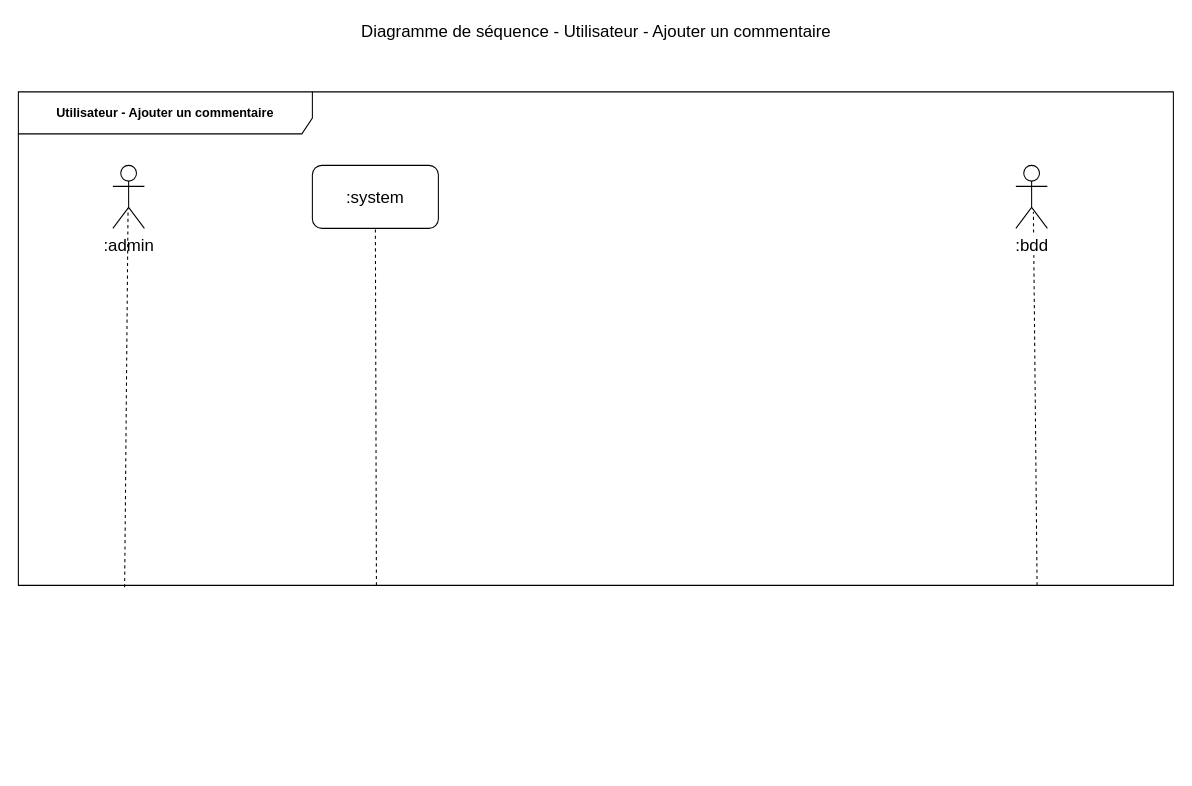
thomas-claireau/PHP---P6-Openclassrooms keeps this draw.io diagram as uml-diagrams/drawio/diagram-sequence-user-add-comment.drawio. Above is the earlier version. Source tidied: cells renumbered, new cells numbered last; positions are measured from the earlier drawing's top-left corner, leaving out a move shared by most shapes. Both pictures are drawn from the tidied source at 105%, with x=0, y=0 at pixel (18, 18).
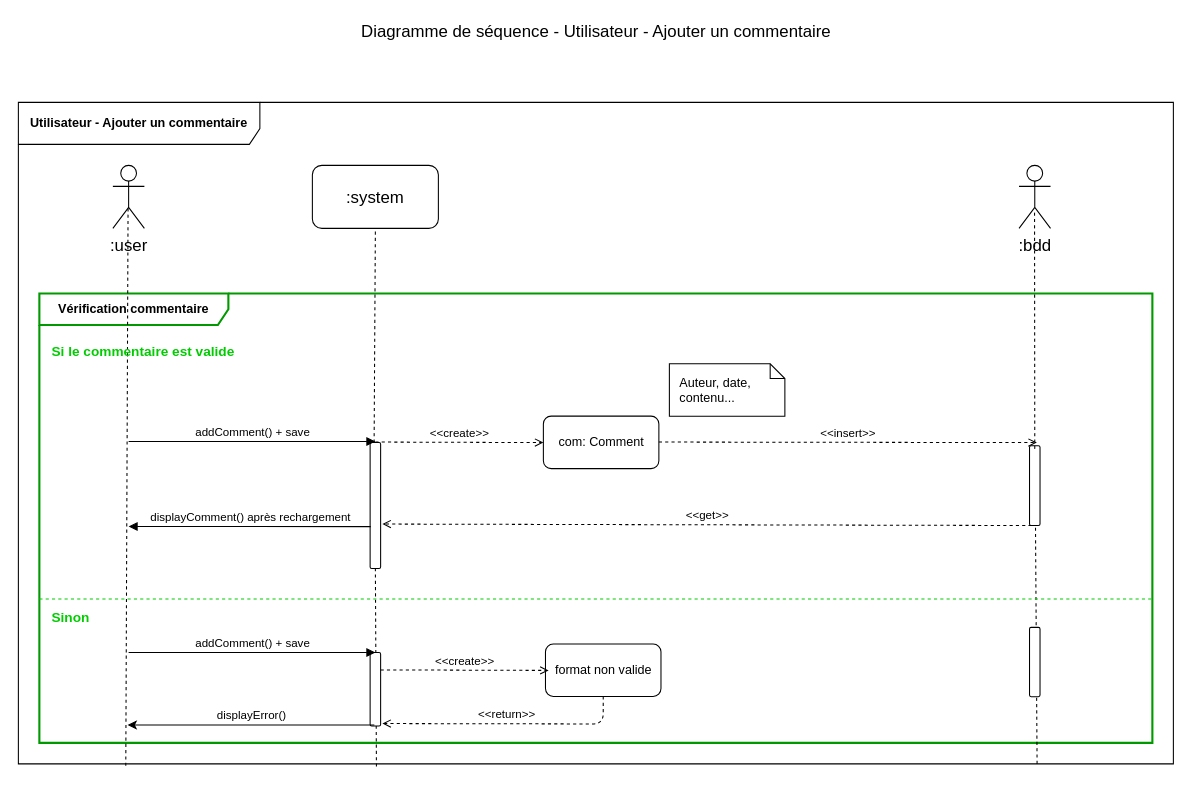
The same diagram, later.

Commit message (it also covers changes not shown here):
update sequence diagram

Change to the diagram source:
```diff
@@
+    <mxCell id="10" value="&lt;div style=&quot;text-align: left&quot;&gt;&lt;span style=&quot;background-color: rgb(255 , 255 , 255)&quot;&gt;&lt;b&gt;Vérification commentaire&lt;/b&gt;&lt;/span&gt;&lt;/div&gt;" style="shape=umlFrame;whiteSpace=wrap;html=1;gradientColor=none;swimlaneFillColor=none;width=180;height=30;strokeColor=#009900;strokeWidth=2;" parent="1" vertex="1">
+      <mxGeometry x="20" y="262" width="1060" height="428" as="geometry" />
+    </mxCell>
+    <mxCell id="3" value="Diagramme de séquence - Utilisateur - Ajouter un commentaire" style="text;html=1;align=center;verticalAlign=top;spacingTop=-4;fontSize=16;" parent="1" vertex="1">
+      <mxGeometry x="320" width="460" height="20" as="geometry" />
+    </mxCell>
+    <mxCell id="11" value=":user" style="shape=umlActor;verticalLabelPosition=bottom;labelBackgroundColor=#ffffff;verticalAlign=top;html=1;shadow=0;strokeColor=#000000;gradientColor=none;fontSize=16;align=center;" parent="1" vertex="1">
+      <mxGeometry x="90" y="140" width="30" height="60" as="geometry" />
+    </mxCell>
+    <mxCell id="5" value=":system" style="rounded=1;whiteSpace=wrap;html=1;shadow=0;labelBackgroundColor=#ffffff;strokeColor=#000000;gradientColor=none;fontSize=16;align=center;" parent="1" vertex="1">
+      <mxGeometry x="280" y="140" width="120" height="60" as="geometry" />
+    </mxCell>
+    <mxCell id="12" style="endArrow=none;dashed=1;html=1;fontSize=16;entryX=0.482;entryY=0.683;entryDx=0;entryDy=0;entryPerimeter=0;exitX=0.093;exitY=1.003;exitDx=0;exitDy=0;exitPerimeter=0;" parent="1" edge="1" target="11">
+      <mxGeometry relative="1" as="geometry">
+        <mxPoint x="102.3" y="711.9" as="sourcePoint" />
+      </mxGeometry>
+    </mxCell>
+    <mxCell id="13" style="endArrow=none;dashed=1;html=1;fontSize=16;entryX=0.5;entryY=1;entryDx=0;entryDy=0;exitX=0.31;exitY=1;exitDx=0;exitDy=0;exitPerimeter=0;" parent="1" edge="1" source="17" target="5">
+      <mxGeometry relative="1" as="geometry" />
+    </mxCell>
+    <mxCell id="9" value=":bdd" style="shape=umlActor;verticalLabelPosition=bottom;labelBackgroundColor=#ffffff;verticalAlign=top;html=1;shadow=0;strokeColor=#000000;gradientColor=none;fontSize=16;align=center;" parent="1" vertex="1">
+      <mxGeometry x="953" y="140" width="30" height="60" as="geometry" />
+    </mxCell>
+    <mxCell id="14" value="com: Comment" style="html=1;gradientColor=none;rounded=1;" parent="1" vertex="1">
+      <mxGeometry x="500" y="378.8" width="110" height="50" as="geometry" />
+    </mxCell>
+    <mxCell id="15" value="&amp;lt;&amp;lt;create&amp;gt;&amp;gt;" style="html=1;verticalAlign=bottom;endArrow=open;fontSize=11;dashed=1;endFill=0;" parent="1" edge="1">
+      <mxGeometry relative="1" as="geometry">
+        <mxPoint x="340" y="403.5" as="sourcePoint" />
+        <mxPoint x="500" y="404" as="targetPoint" />
+      </mxGeometry>
+    </mxCell>
+    <mxCell id="16" value="Auteur, date, contenu..." style="shape=note;whiteSpace=wrap;html=1;size=14;verticalAlign=top;align=left;spacingTop=5;rounded=1;gradientColor=none;spacingLeft=8;spacingRight=8;" parent="1" vertex="1">
+      <mxGeometry x="620" y="329" width="110" height="50" as="geometry" />
+    </mxCell>
+    <mxCell id="17" style="html=1;points=[];perimeter=orthogonalPerimeter;rounded=1;gradientColor=none;" parent="1" vertex="1">
+      <mxGeometry x="335" y="404" width="10" height="120" as="geometry" />
+    </mxCell>
+    <mxCell id="18" style="endArrow=none;dashed=1;html=1;fontSize=16;entryX=0.5;entryY=1;entryDx=0;entryDy=0;exitX=0.31;exitY=1.004;exitDx=0;exitDy=0;exitPerimeter=0;" parent="1" edge="1" target="17">
+      <mxGeometry relative="1" as="geometry">
+        <mxPoint x="341" y="712.6" as="sourcePoint" />
+      </mxGeometry>
+    </mxCell>
+    <mxCell id="19" value="addComment() + save" style="html=1;verticalAlign=bottom;endArrow=block;fontSize=11;" parent="1" edge="1">
+      <mxGeometry relative="1" as="geometry">
+        <mxPoint x="105" y="403" as="sourcePoint" />
+        <mxPoint x="340" y="403" as="targetPoint" />
+      </mxGeometry>
+    </mxCell>
+    <mxCell id="20" style="endArrow=none;dashed=1;html=1;fontSize=16;entryX=0.556;entryY=0.739;entryDx=0;entryDy=0;entryPerimeter=0;exitX=0.882;exitY=1;exitDx=0;exitDy=0;exitPerimeter=0;" parent="1" edge="1" target="21">
+      <mxGeometry relative="1" as="geometry">
+        <mxPoint x="970.2" y="710" as="sourcePoint" />
+      </mxGeometry>
+    </mxCell>
+    <mxCell id="21" style="html=1;points=[];perimeter=orthogonalPerimeter;rounded=1;gradientColor=none;" parent="1" vertex="1">
+      <mxGeometry x="963" y="407" width="10" height="76" as="geometry" />
+    </mxCell>
+    <mxCell id="22" value="&amp;lt;&amp;lt;insert&amp;gt;&amp;gt;" style="html=1;verticalAlign=bottom;endArrow=open;fontSize=11;dashed=1;endFill=0;" parent="1" edge="1">
+      <mxGeometry relative="1" as="geometry">
+        <mxPoint x="610" y="403.5" as="sourcePoint" />
+        <mxPoint x="970" y="404" as="targetPoint" />
+      </mxGeometry>
+    </mxCell>
+    <mxCell id="23" value="&amp;lt;&amp;lt;get&amp;gt;&amp;gt;" style="html=1;verticalAlign=bottom;endArrow=open;fontSize=11;dashed=1;endFill=0;entryX=1.168;entryY=0.713;entryDx=0;entryDy=0;entryPerimeter=0;exitX=0.146;exitY=0.999;exitDx=0;exitDy=0;exitPerimeter=0;" parent="1" edge="1">
+      <mxGeometry relative="1" as="geometry">
+        <mxPoint x="965" y="483" as="sourcePoint" />
+        <mxPoint x="346.7" y="481.6" as="targetPoint" />
+      </mxGeometry>
+    </mxCell>
+    <mxCell id="24" value="displayComment() après rechargement" style="html=1;verticalAlign=bottom;endArrow=block;fontSize=11;exitX=0.057;exitY=0.667;exitDx=0;exitDy=0;exitPerimeter=0;" parent="1" edge="1" source="17">
+      <mxGeometry relative="1" as="geometry">
+        <mxPoint x="105" y="484" as="targetPoint" />
+      </mxGeometry>
+    </mxCell>
+    <mxCell id="25" style="endArrow=none;dashed=1;html=1;fontSize=16;entryX=0.493;entryY=0.739;entryDx=0;entryDy=0;entryPerimeter=0;" parent="1" edge="1" target="9">
+      <mxGeometry relative="1" as="geometry">
+        <mxPoint x="968" y="410" as="sourcePoint" />
+      </mxGeometry>
+    </mxCell>
+    <mxCell id="26" style="endArrow=none;dashed=1;html=1;entryX=1;entryY=0.725;entryDx=0;entryDy=0;entryPerimeter=0;exitX=0;exitY=0.725;exitDx=0;exitDy=0;exitPerimeter=0;strokeColor=#00CC00;" parent="1" edge="1">
+      <mxGeometry relative="1" as="geometry">
+        <mxPoint x="20" y="553" as="sourcePoint" />
+        <mxPoint x="1080" y="553" as="targetPoint" />
+      </mxGeometry>
+    </mxCell>
+    <mxCell id="27" value="Si le commentaire est valide" style="text;html=1;align=left;verticalAlign=top;spacingTop=-4;fontSize=13;fontStyle=1;fontColor=#00CC00;" parent="1" vertex="1">
+      <mxGeometry x="30" y="307" width="180" height="20" as="geometry" />
+    </mxCell>
-    <mxCell id="2" value="Utilisateur - Ajouter un commentaire" style="shape=umlFrame;whiteSpace=wrap;html=1;width=280;height=40;fontStyle=1;labelBackgroundColor=#ffffff;labelBorderColor=none;gradientColor=none;swimlaneFillColor=none;shadow=0;strokeColor=#000000;" parent="1" vertex="1">
-      <mxGeometry y="70" width="1100" height="470" as="geometry" />
+    <mxCell id="2" value="Utilisateur - Ajouter un commentaire" style="shape=umlFrame;whiteSpace=wrap;html=1;width=230;height=40;fontStyle=1;labelBackgroundColor=#ffffff;labelBorderColor=none;gradientColor=none;swimlaneFillColor=none;shadow=0;strokeColor=#000000;" parent="1" vertex="1">
+      <mxGeometry y="80" width="1100" height="630" as="geometry" />
     </mxCell>
-    <mxCell id="3" value="Diagramme de séquence - Utilisateur - Ajouter un commentaire" style="text;html=1;align=center;verticalAlign=top;spacingTop=-4;fontSize=16;" parent="1" vertex="1">
-      <mxGeometry x="320" width="460" height="20" as="geometry" />
-    </mxCell>
-    <mxCell id="4" value=":admin" style="shape=umlActor;verticalLabelPosition=bottom;labelBackgroundColor=#ffffff;verticalAlign=top;html=1;shadow=0;strokeColor=#000000;gradientColor=none;fontSize=16;align=center;" parent="1" vertex="1">
-      <mxGeometry x="90" y="140" width="30" height="60" as="geometry" />
-    </mxCell>
-    <mxCell id="5" value=":system" style="rounded=1;whiteSpace=wrap;html=1;shadow=0;labelBackgroundColor=#ffffff;strokeColor=#000000;gradientColor=none;fontSize=16;align=center;" parent="1" vertex="1">
-      <mxGeometry x="280" y="140" width="120" height="60" as="geometry" />
-    </mxCell>
-    <mxCell id="6" style="endArrow=none;dashed=1;html=1;fontSize=16;entryX=0.482;entryY=0.683;entryDx=0;entryDy=0;entryPerimeter=0;exitX=0.092;exitY=1.004;exitDx=0;exitDy=0;exitPerimeter=0;" parent="1" edge="1" source="2" target="4">
-      <mxGeometry relative="1" as="geometry" />
-    </mxCell>
-    <mxCell id="7" style="endArrow=none;dashed=1;html=1;fontSize=16;entryX=0.5;entryY=1;entryDx=0;entryDy=0;exitX=0.31;exitY=1;exitDx=0;exitDy=0;exitPerimeter=0;" parent="1" edge="1" source="2" target="5">
-      <mxGeometry relative="1" as="geometry" />
-    </mxCell>
-    <mxCell id="8" style="endArrow=none;dashed=1;html=1;fontSize=16;entryX=0.556;entryY=0.739;entryDx=0;entryDy=0;entryPerimeter=0;exitX=0.882;exitY=1;exitDx=0;exitDy=0;exitPerimeter=0;" parent="1" edge="1" source="2" target="9">
-      <mxGeometry relative="1" as="geometry" />
-    </mxCell>
-    <mxCell id="9" value=":bdd" style="shape=umlActor;verticalLabelPosition=bottom;labelBackgroundColor=#ffffff;verticalAlign=top;html=1;shadow=0;strokeColor=#000000;gradientColor=none;fontSize=16;align=center;" parent="1" vertex="1">
-      <mxGeometry x="950" y="140" width="30" height="60" as="geometry" />
-    </mxCell>
+    <mxCell id="28" style="html=1;perimeter=orthogonalPerimeter;rounded=1;gradientColor=none;" parent="1" vertex="1">
+      <mxGeometry x="335" y="604" width="10" height="70" as="geometry" />
+    </mxCell>
+    <mxCell id="29" value="addComment() + save" style="html=1;verticalAlign=bottom;endArrow=block;fontSize=11;" parent="1" edge="1">
+      <mxGeometry relative="1" as="geometry">
+        <mxPoint x="105" y="604" as="sourcePoint" />
+        <mxPoint x="340" y="604" as="targetPoint" />
+      </mxGeometry>
+    </mxCell>
+    <mxCell id="30" style="html=1;perimeter=orthogonalPerimeter;rounded=1;gradientColor=none;" parent="1" vertex="1">
+      <mxGeometry x="963" y="580" width="10" height="66" as="geometry" />
+    </mxCell>
+    <mxCell id="31" value="&amp;lt;&amp;lt;return&amp;gt;&amp;gt;" style="html=1;verticalAlign=bottom;endArrow=open;fontSize=11;dashed=1;endFill=0;entryX=1.168;entryY=0.713;entryDx=0;entryDy=0;entryPerimeter=0;exitX=0.5;exitY=1;exitDx=0;exitDy=0;" parent="1" edge="1" source="33">
+      <mxGeometry relative="1" as="geometry">
+        <mxPoint x="346.7" y="671.6" as="targetPoint" />
+        <Array as="points">
+          <mxPoint x="557" y="672" />
+        </Array>
+      </mxGeometry>
+    </mxCell>
+    <mxCell id="32" value="Sinon" style="text;html=1;align=left;verticalAlign=top;spacingTop=-4;fontSize=13;fontStyle=1;fontColor=#00CC00;" parent="1" vertex="1">
+      <mxGeometry x="30" y="560" width="50" height="20" as="geometry" />
+    </mxCell>
+    <mxCell id="33" value="format non valide" style="html=1;gradientColor=none;rounded=1;" parent="1" vertex="1">
+      <mxGeometry x="502" y="595.8" width="110" height="50" as="geometry" />
+    </mxCell>
+    <mxCell id="34" value="&amp;lt;&amp;lt;create&amp;gt;&amp;gt;" style="html=1;verticalAlign=bottom;endArrow=open;fontSize=11;dashed=1;endFill=0;" parent="1" edge="1">
+      <mxGeometry relative="1" as="geometry">
+        <mxPoint x="345" y="620.5" as="sourcePoint" />
+        <mxPoint x="505" y="621" as="targetPoint" />
+      </mxGeometry>
+    </mxCell>
+    <mxCell id="35" value="displayError()" style="html=1;verticalAlign=bottom;endArrow=none;fontSize=11;endFill=0;startArrow=classic;startFill=1;" parent="1" edge="1">
+      <mxGeometry relative="1" as="geometry">
+        <mxPoint x="104" y="673" as="sourcePoint" />
+        <mxPoint x="339" y="673" as="targetPoint" />
+      </mxGeometry>
+    </mxCell>
```
